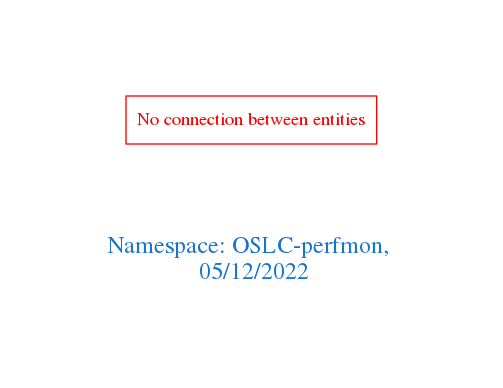
The Graphviz diagram downloads/OSLC-perfmon.png in arago/OGIT, before a commit. Its source is kept beside it as downloads/OSLC-perfmon.dot.
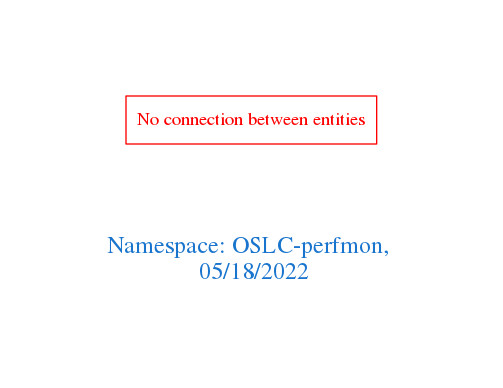
After the change.

Diff of the diagram source:
```diff
@@ -1,7 +1,7 @@
 digraph OGIT_ontology {
  graph [ rankdir= LR,pad=1
 fontsize = 18,
-fontcolor= dodgerblue3,label = "\n\n\nNamespace: OSLC-perfmon, \n 05/12/2022"];
+fontcolor= dodgerblue3,label = "\n\n\nNamespace: OSLC-perfmon, \n 05/18/2022"];
 node[shape=polygon];
 edge [  color="gray81"];
 
```
